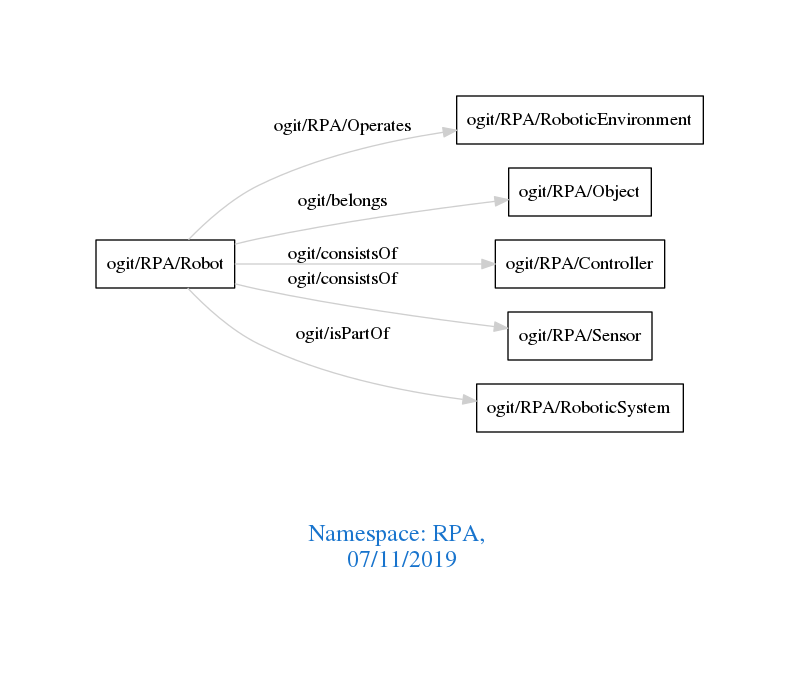
arago/OGIT keeps this Graphviz diagram as downloads/RPA.png. Above is the earlier version. Its source is kept beside it as downloads/RPA.dot.
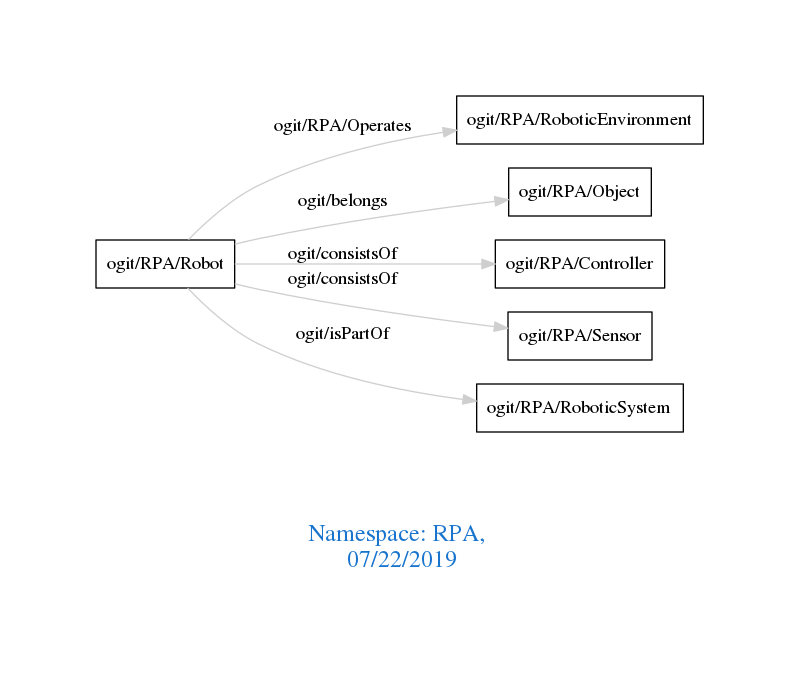
Above is the later version.

The edit, as a diff of the source:
```diff
@@ -1,7 +1,7 @@
 digraph OGIT_ontology {
  graph [ rankdir= LR,pad=1
 fontsize = 18,
-fontcolor= dodgerblue3,label = "\n\n\nNamespace: RPA, \n 07/11/2019"];
+fontcolor= dodgerblue3,label = "\n\n\nNamespace: RPA, \n 07/22/2019"];
 node[shape=polygon];
 edge [  color="gray81"];
 
```
